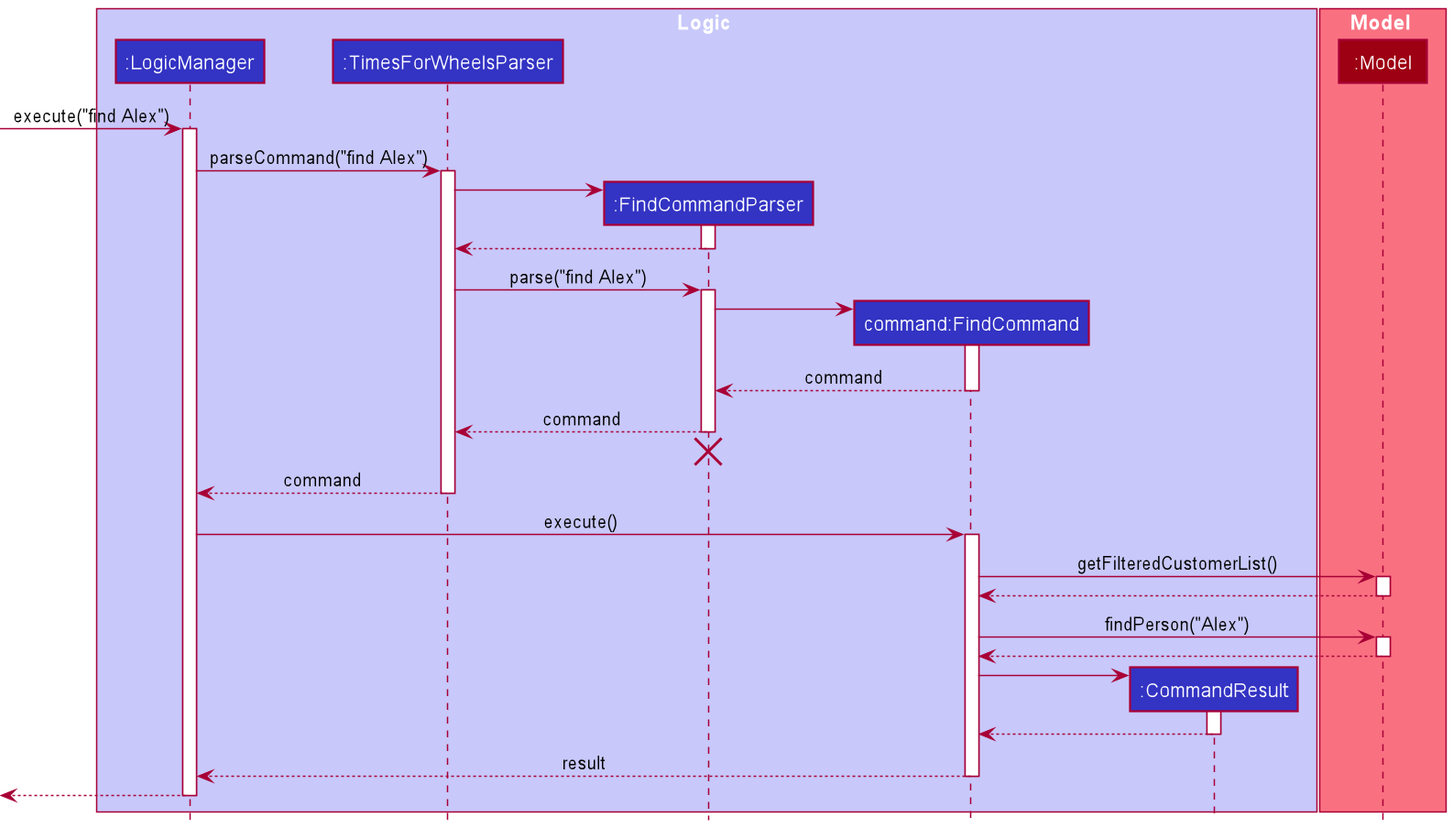
The PlantUML diagram docs/images/FindCommandLogicSequenceDiagram.png in nus-cs2103-AY2021S2/tp, before a commit.
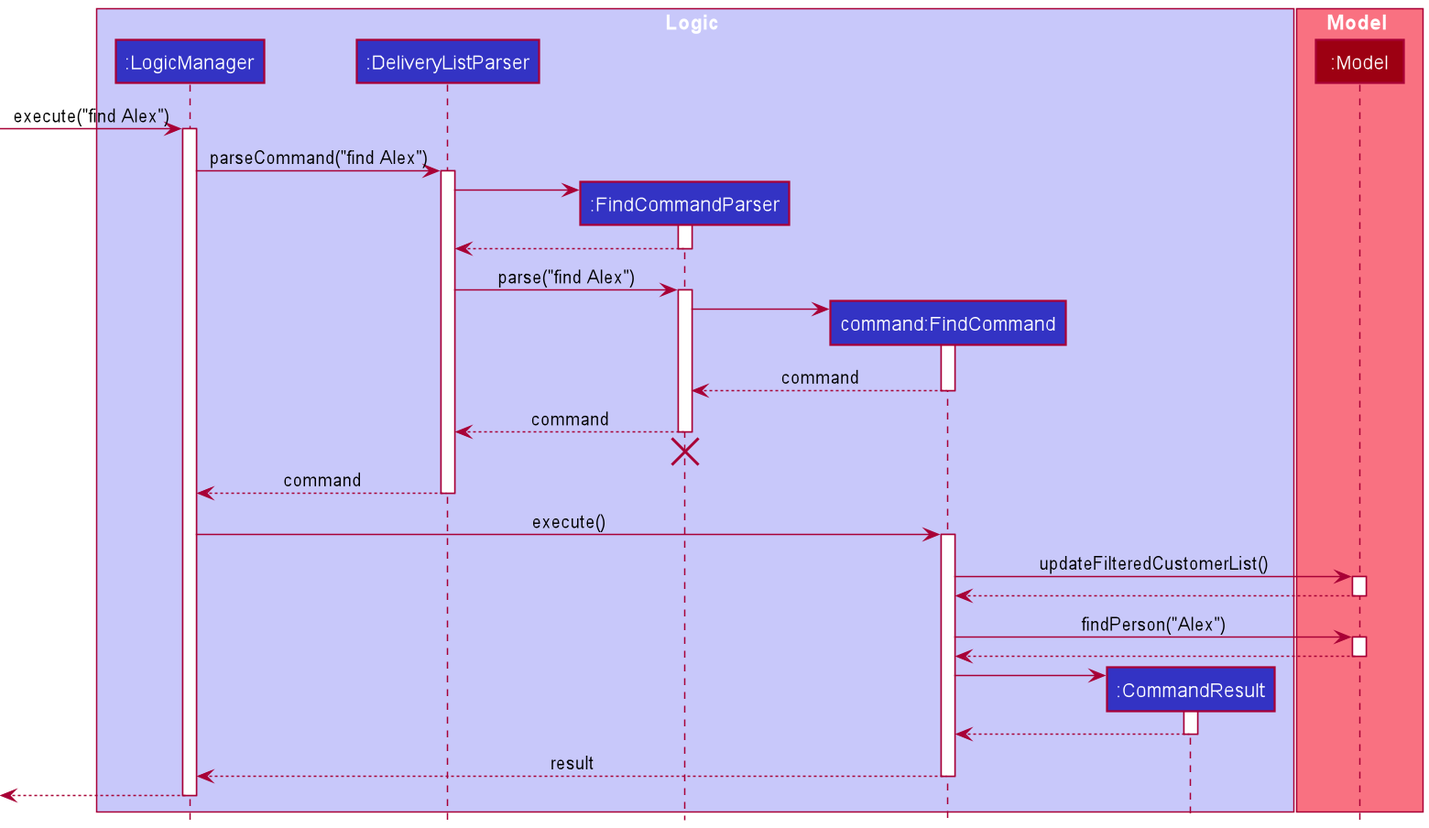
Above is the later version.

Change to the diagram source:
```diff
@@ -3,7 +3,7 @@
 
 box Logic LOGIC_COLOR_T1
 participant ":LogicManager" as LogicManager LOGIC_COLOR
-participant ":TimesForWheelsParser" as TimesForWheelsParser LOGIC_COLOR
+participant ":DeliveryListParser" as DeliveryListParser LOGIC_COLOR
 participant ":FindCommandParser" as FindCommandParser LOGIC_COLOR
 participant "command:FindCommand" as FindCommand LOGIC_COLOR
 participant ":CommandResult" as CommandResult LOGIC_COLOR
@@ -16,17 +16,17 @@
 [-> LogicManager : execute("find Alex")
 activate LogicManager
 
-LogicManager -> TimesForWheelsParser : parseCommand("find Alex")
-activate TimesForWheelsParser
+LogicManager -> DeliveryListParser : parseCommand("find Alex")
+activate DeliveryListParser
 
 create FindCommandParser
-TimesForWheelsParser -> FindCommandParser
+DeliveryListParser -> FindCommandParser
 activate FindCommandParser
 
-FindCommandParser --> TimesForWheelsParser
+FindCommandParser --> DeliveryListParser
 deactivate FindCommandParser
 
-TimesForWheelsParser -> FindCommandParser : parse("find Alex")
+DeliveryListParser -> FindCommandParser : parse("find Alex")
 activate FindCommandParser
 
 create FindCommand
@@ -36,18 +36,18 @@
 FindCommand --> FindCommandParser : command
 deactivate FindCommand
 
-FindCommandParser --> TimesForWheelsParser : command
+FindCommandParser --> DeliveryListParser : command
 deactivate FindCommandParser
-FindCommandParser -[hidden]-> TimesForWheelsParser
+FindCommandParser -[hidden]-> DeliveryListParser
 destroy FindCommandParser
 
-TimesForWheelsParser --> LogicManager : command
-deactivate TimesForWheelsParser
+DeliveryListParser --> LogicManager : command
+deactivate DeliveryListParser
 
 LogicManager -> FindCommand : execute()
 activate FindCommand
 
-FindCommand -> Model : getFilteredCustomerList()
+FindCommand -> Model : updateFilteredCustomerList()
 activate Model
 
 Model --> FindCommand
```
